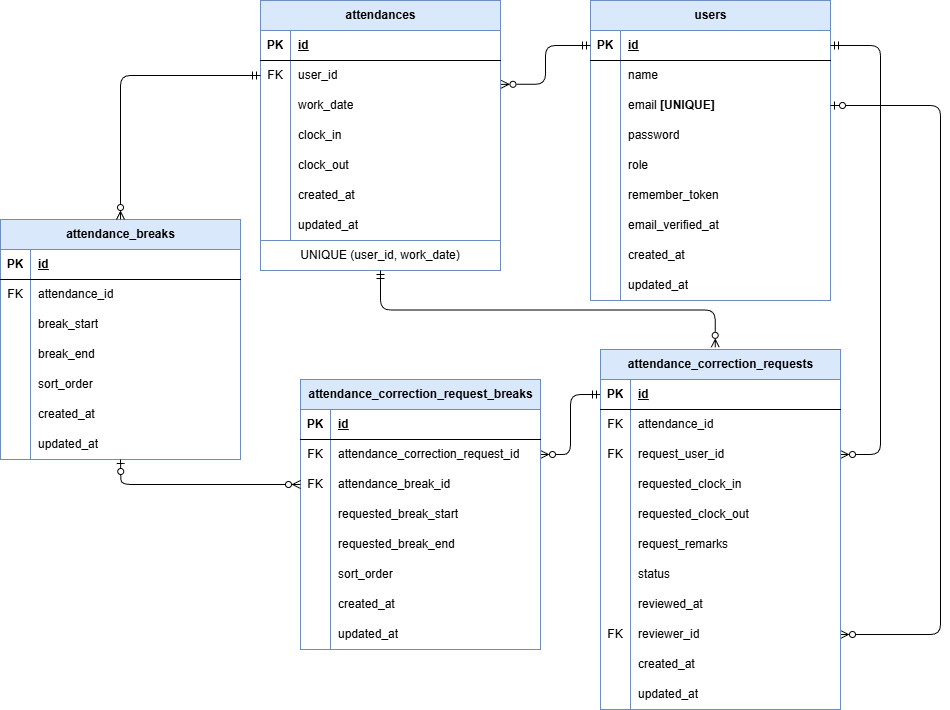
Earlier version of the draw.io export docs/requirements/er_diagram.drawio.png (yyoshi-dev/coachtech-attendance-app). Source tidied: cells renumbered, new cells last; positions are measured from the earlier drawing's top-left corner, leaving out a move shared by most shapes.
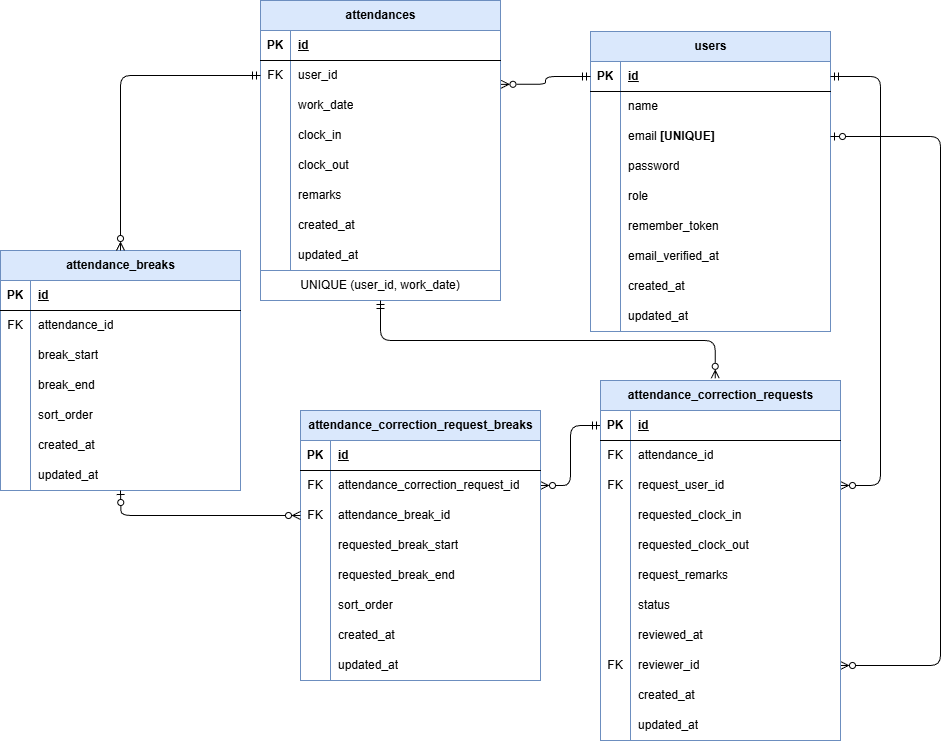
After the commit.

Change to the diagram source:
```diff
@@ -90,7 +90,7 @@
       <mxGeometry x="30" width="210" height="30" as="geometry" />
     </mxCell>
     <mxCell id="31" value="attendances" style="shape=table;startSize=30;rowLines=0;fontStyle=1;align=center;html=1;fillColor=#dae8fc;strokeColor=#6c8ebf;" parent="1" vertex="1">
-      <mxGeometry x="260" width="240" height="240" as="geometry" />
+      <mxGeometry x="260" y="-31" width="240" height="270" as="geometry" />
     </mxCell>
     <mxCell id="32" style="shape=tableRow;horizontal=0;startSize=0;swimlaneHead=0;swimlaneBody=0;fillColor=none;top=0;left=0;right=0;bottom=1;" parent="31" vertex="1">
       <mxGeometry y="30" width="240" height="30" as="geometry" />
@@ -137,8 +137,17 @@
     <mxCell id="46" value="clock_out" style="shape=partialRectangle;fillColor=none;top=0;left=0;bottom=0;right=0;align=left;spacingLeft=6;overflow=hidden;whiteSpace=wrap;html=1;" parent="44" vertex="1">
       <mxGeometry x="30" width="210" height="30" as="geometry" />
     </mxCell>
+    <mxCell id="141" style="shape=tableRow;horizontal=0;startSize=0;swimlaneHead=0;swimlaneBody=0;fillColor=none;top=0;left=0;right=0;bottom=0;" parent="31" vertex="1">
+      <mxGeometry y="180" width="240" height="30" as="geometry" />
+    </mxCell>
+    <mxCell id="142" style="shape=partialRectangle;fillColor=none;top=0;left=0;bottom=0;right=0;overflow=hidden;whiteSpace=wrap;html=1;" parent="141" vertex="1">
+      <mxGeometry width="30" height="30" as="geometry" />
+    </mxCell>
+    <mxCell id="143" value="remarks" style="shape=partialRectangle;fillColor=none;top=0;left=0;bottom=0;right=0;align=left;spacingLeft=6;overflow=hidden;whiteSpace=wrap;html=1;" parent="141" vertex="1">
+      <mxGeometry x="30" width="210" height="30" as="geometry" />
+    </mxCell>
     <mxCell id="47" style="shape=tableRow;horizontal=0;startSize=0;swimlaneHead=0;swimlaneBody=0;fillColor=none;top=0;left=0;right=0;bottom=0;" parent="31" vertex="1">
-      <mxGeometry y="180" width="240" height="30" as="geometry" />
+      <mxGeometry y="210" width="240" height="30" as="geometry" />
     </mxCell>
     <mxCell id="48" style="shape=partialRectangle;fillColor=none;top=0;left=0;bottom=0;right=0;overflow=hidden;whiteSpace=wrap;html=1;" parent="47" vertex="1">
       <mxGeometry width="30" height="30" as="geometry" />
@@ -147,7 +156,7 @@
       <mxGeometry x="30" width="210" height="30" as="geometry" />
     </mxCell>
     <mxCell id="50" style="shape=tableRow;horizontal=0;startSize=0;swimlaneHead=0;swimlaneBody=0;fillColor=none;top=0;left=0;right=0;bottom=0;" parent="31" vertex="1">
-      <mxGeometry y="210" width="240" height="30" as="geometry" />
+      <mxGeometry y="240" width="240" height="30" as="geometry" />
     </mxCell>
     <mxCell id="51" style="shape=partialRectangle;fillColor=none;top=0;left=0;bottom=0;right=0;overflow=hidden;whiteSpace=wrap;html=1;" parent="50" vertex="1">
       <mxGeometry width="30" height="30" as="geometry" />
@@ -222,7 +231,7 @@
       <mxGeometry x="30" width="210" height="30" as="geometry" />
     </mxCell>
     <mxCell id="75" value="UNIQUE (user_id, work_date)" style="whiteSpace=wrap;html=1;align=center;fillColor=none;strokeColor=#6C8EBF;" parent="1" vertex="1">
-      <mxGeometry x="260" y="240" width="240" height="30" as="geometry" />
+      <mxGeometry x="260" y="239" width="240" height="30" as="geometry" />
     </mxCell>
     <mxCell id="76" style="edgeStyle=orthogonalEdgeStyle;html=1;startArrow=ERzeroToOne;startFill=0;endArrow=ERzeroToMany;endFill=0;exitX=1;exitY=0.5;exitDx=0;exitDy=0;" parent="1" edge="1" source="10" target="131">
       <mxGeometry relative="1" as="geometry">
```
